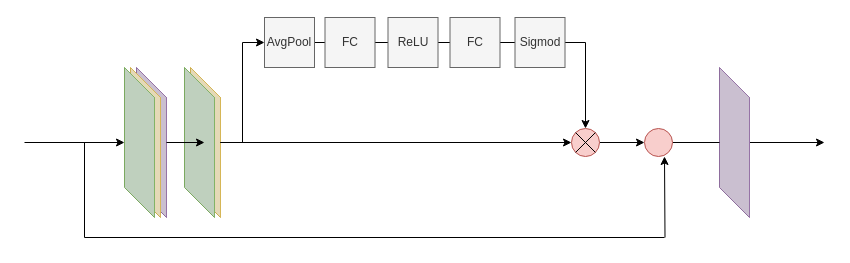
Above: SeResBlock.drawio in foreverfruit/drawio_ (draw.io), before the change. Source tidied: cells renumbered, new cells numbered last; positions are measured from the earlier drawing's top-left corner, leaving out a move shared by most shapes. Both pictures are drawn from the tidied source at 100%, with x=0, y=0 at pixel (24, 17).
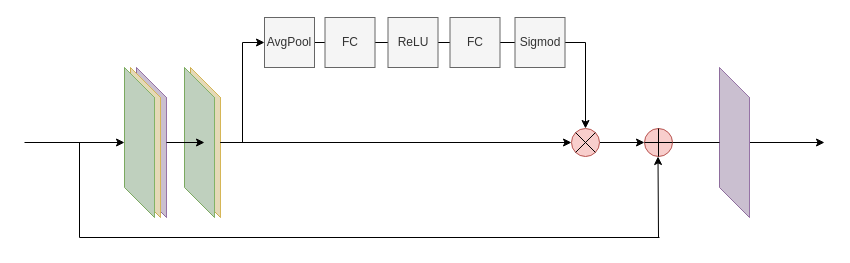
The same page after the edit.

The change refers to these unchanged cells:
```xml
<mxCell id="16" style="ellipse;whiteSpace=wrap;html=1;fillColor=#f8cecc;strokeColor=#b85450;" parent="1" vertex="1">
  <mxGeometry x="620" y="111" width="28" height="28" as="geometry" />
</mxCell>
```

Change to the diagram source:
```diff
@@
     <mxCell id="29" style="endArrow=none;html=1;" parent="1" edge="1">
       <mxGeometry relative="1" as="geometry">
-        <mxPoint x="60" y="220" as="sourcePoint" />
-        <mxPoint x="60" y="125" as="targetPoint" />
+        <mxPoint x="55" y="220" as="sourcePoint" />
+        <mxPoint x="55" y="125" as="targetPoint" />
       </mxGeometry>
     </mxCell>
     <mxCell id="30" style="endArrow=classic;html=1;endFill=1;" parent="1" edge="1">
       <mxGeometry relative="1" as="geometry">
-        <mxPoint x="640.5" y="220" as="sourcePoint" />
-        <mxPoint x="640" y="139" as="targetPoint" />
+        <mxPoint x="634" y="220" as="sourcePoint" />
+        <mxPoint x="633.5" y="139" as="targetPoint" />
       </mxGeometry>
     </mxCell>
     <mxCell id="31" style="endArrow=none;html=1;" parent="1" edge="1">
       <mxGeometry relative="1" as="geometry">
-        <mxPoint x="60" y="220" as="sourcePoint" />
-        <mxPoint x="640" y="220" as="targetPoint" />
+        <mxPoint x="55" y="220" as="sourcePoint" />
+        <mxPoint x="635" y="220" as="targetPoint" />
       </mxGeometry>
     </mxCell>
@@
+    <mxCell id="33" style="endArrow=none;html=1;entryX=1;entryY=0.5;entryDx=0;entryDy=0;exitX=0;exitY=0.5;exitDx=0;exitDy=0;" parent="1" edge="1" source="16" target="16">
+      <mxGeometry relative="1" as="geometry" />
+    </mxCell>
+    <mxCell id="34" style="endArrow=none;html=1;entryX=0.5;entryY=0;entryDx=0;entryDy=0;exitX=0.5;exitY=1;exitDx=0;exitDy=0;" parent="1" edge="1" source="16" target="16">
+      <mxGeometry relative="1" as="geometry" />
+    </mxCell>
```
